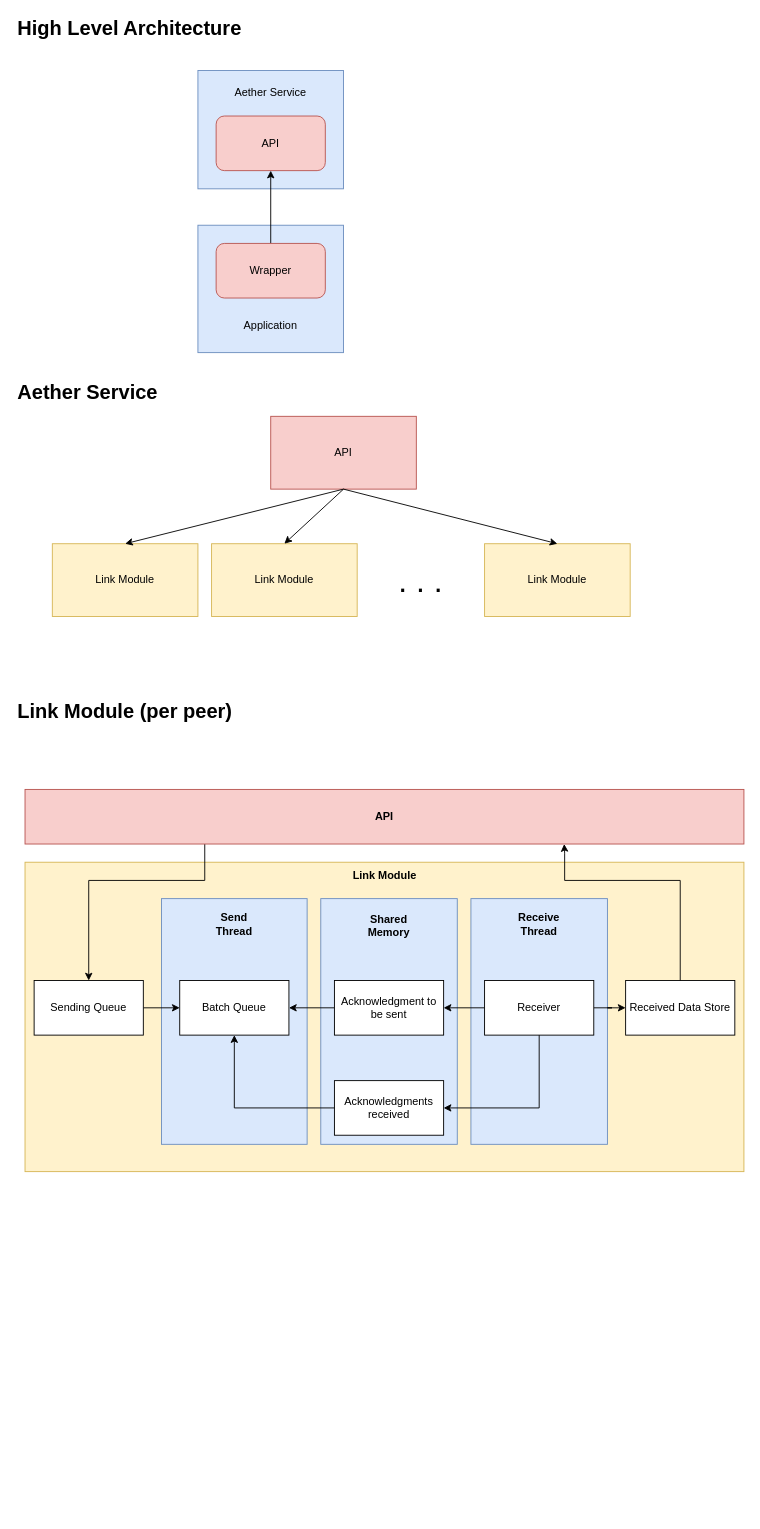
Earlier version of the draw.io diagram page "Architecture" (1 of 4) of Software-Architecture.drawio (Prototype-Aether/Prototype-Aether). Source tidied: cells renumbered, new cells numbered last; positions are measured from the earlier drawing's top-left corner, leaving out a move shared by most shapes. Both pictures are drawn from the tidied source at 91%, with x=0, y=0 at pixel (15, 15).
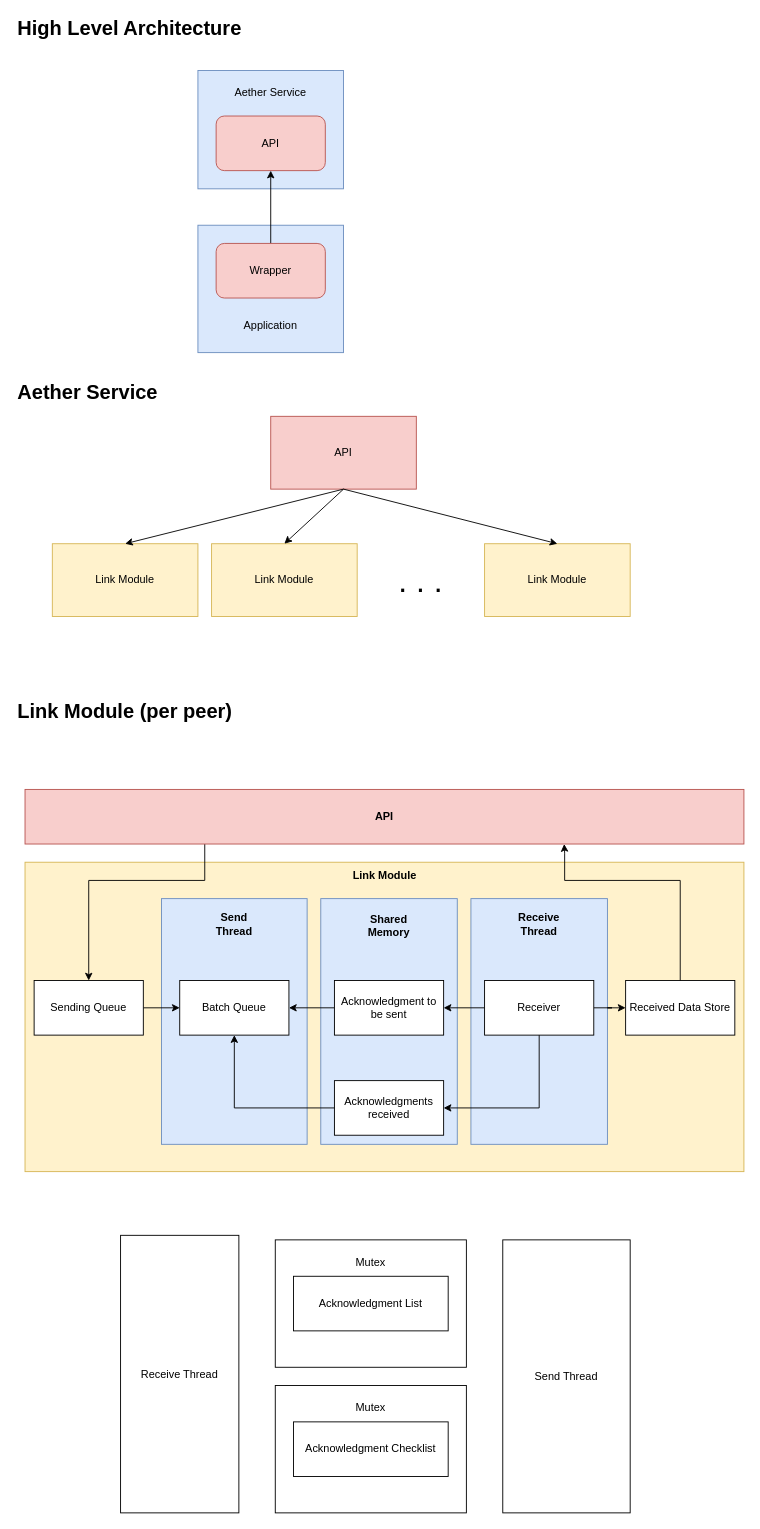
After the change.

The edit, as a diff of the source:
```diff
@@
+    <mxCell id="43" style="rounded=0;whiteSpace=wrap;html=1;" parent="1" vertex="1">
+      <mxGeometry x="285" y="1345" width="210" height="140" as="geometry" />
+    </mxCell>
+    <mxCell id="44" value="Mutex" style="text;html=1;strokeColor=none;fillColor=none;align=center;verticalAlign=middle;whiteSpace=wrap;rounded=0;" parent="1" vertex="1">
+      <mxGeometry x="360" y="1355" width="60" height="30" as="geometry" />
+    </mxCell>
+    <mxCell id="45" style="rounded=0;whiteSpace=wrap;html=1;" parent="1" vertex="1">
+      <mxGeometry x="285" y="1505" width="210" height="140" as="geometry" />
+    </mxCell>
+    <mxCell id="46" value="Acknowledgment List" style="rounded=0;whiteSpace=wrap;html=1;" parent="1" vertex="1">
+      <mxGeometry x="305" y="1385" width="170" height="60" as="geometry" />
+    </mxCell>
+    <mxCell id="47" value="Acknowledgment Checklist" style="rounded=0;whiteSpace=wrap;html=1;" parent="1" vertex="1">
+      <mxGeometry x="305" y="1545" width="170" height="60" as="geometry" />
+    </mxCell>
+    <mxCell id="48" value="Mutex" style="text;html=1;strokeColor=none;fillColor=none;align=center;verticalAlign=middle;whiteSpace=wrap;rounded=0;" parent="1" vertex="1">
+      <mxGeometry x="360" y="1515" width="60" height="30" as="geometry" />
+    </mxCell>
+    <mxCell id="49" value="Send Thread" style="rounded=0;whiteSpace=wrap;html=1;" parent="1" vertex="1">
+      <mxGeometry x="535" y="1345" width="140" height="300" as="geometry" />
+    </mxCell>
+    <mxCell id="50" value="Receive Thread" style="rounded=0;whiteSpace=wrap;html=1;" parent="1" vertex="1">
+      <mxGeometry x="115" y="1340" width="130" height="305" as="geometry" />
+    </mxCell>
```
